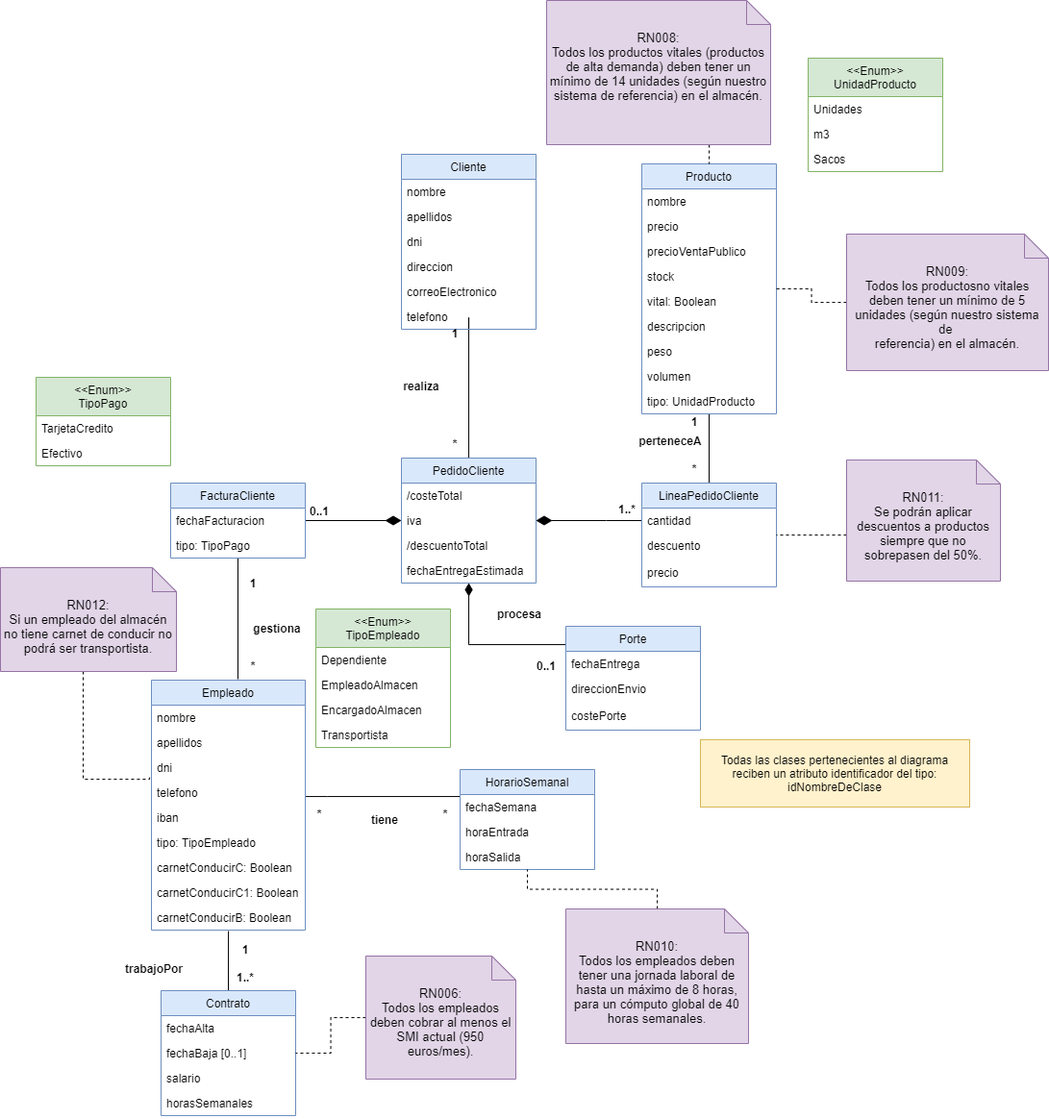
Earlier version of the draw.io export diagramas/diagramas del modelado conceptual/diagramaDePedidoDeCliente.png (felipescalera/Proyecto-IR). Source tidied: cells renumbered, new cells last; positions are measured from the earlier drawing's top-left corner, leaving out a move shared by most shapes.
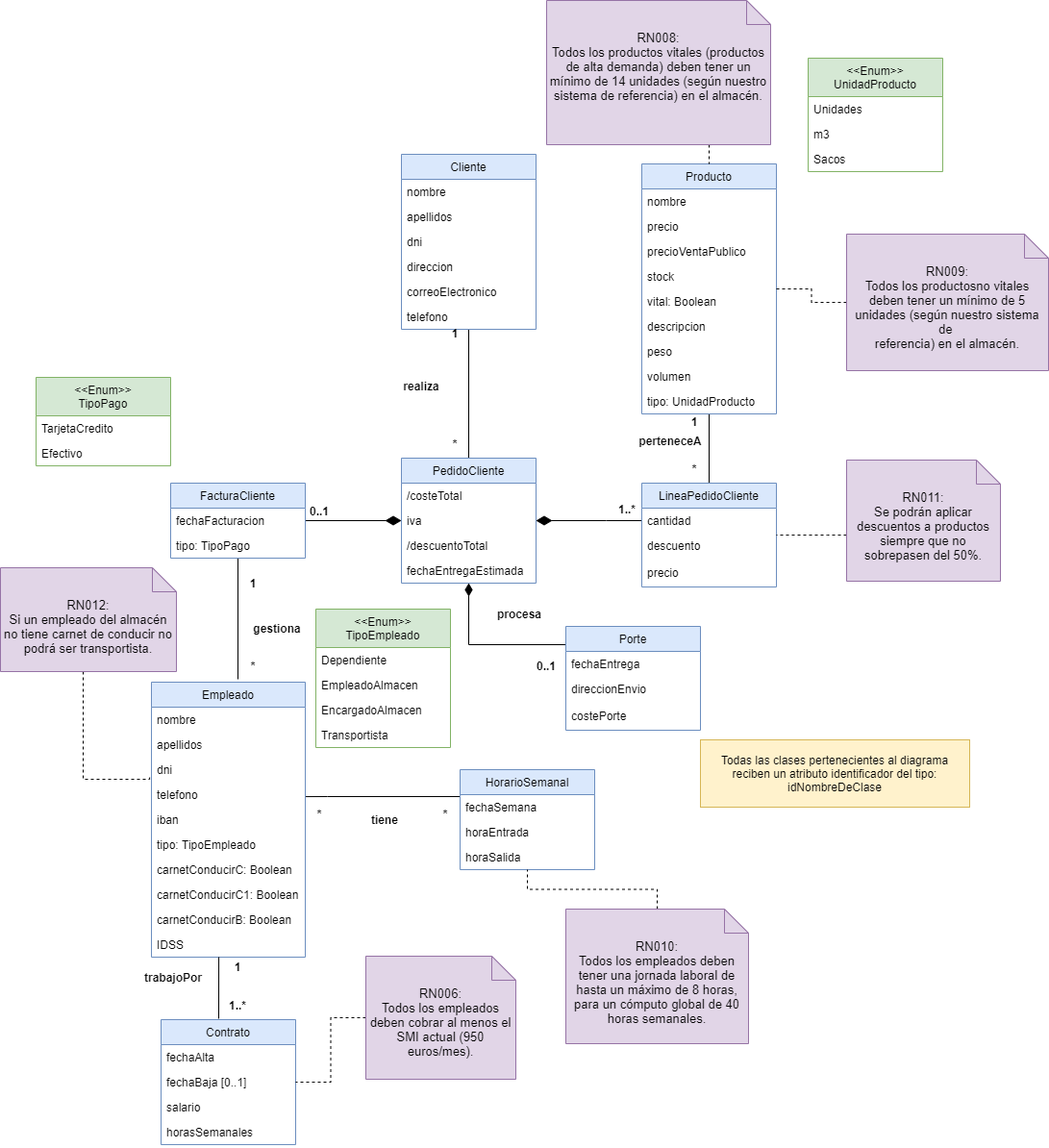
After the commit.

Commit message:
Arreglo de fallo en UML (no incluía IDSS)

Change to the diagram source:
```diff
@@ -154,16 +154,8 @@
     <mxCell id="46" value="*" style="text;align=center;fontStyle=1;verticalAlign=middle;spacingLeft=3;spacingRight=3;strokeColor=none;" parent="1" vertex="1">
       <mxGeometry x="248" y="676" width="30" height="31" as="geometry" />
     </mxCell>
-    <mxCell id="47" style="edgeStyle=orthogonalEdgeStyle;rounded=0;jettySize=auto;html=1;exitX=0.5;exitY=0;exitDx=0;exitDy=0;endArrow=none;endFill=0;" parent="1" edge="1" source="48">
-      <mxGeometry relative="1" as="geometry">
-        <mxPoint x="237" y="968" as="targetPoint" />
-        <Array as="points">
-          <mxPoint x="237" y="968" />
-        </Array>
-      </mxGeometry>
-    </mxCell>
     <mxCell id="48" value="Contrato" style="swimlane;fontStyle=0;horizontal=1;startSize=26;fillColor=#dae8fc;strokeColor=#6c8ebf;" parent="1" vertex="1">
-      <mxGeometry x="167" y="1030" width="140" height="130" as="geometry" />
+      <mxGeometry x="167" y="1060" width="140" height="130" as="geometry" />
     </mxCell>
     <mxCell id="49" value="fechaAlta" style="text;strokeColor=none;fillColor=none;align=left;verticalAlign=top;spacingLeft=4;spacingRight=4;overflow=hidden;" parent="48" vertex="1">
       <mxGeometry y="26" width="140" height="26" as="geometry" />
@@ -178,10 +170,10 @@
       <mxGeometry y="104" width="140" height="26" as="geometry" />
     </mxCell>
     <mxCell id="53" value="1" style="text;align=center;fontStyle=1;verticalAlign=middle;spacingLeft=3;spacingRight=3;strokeColor=none;" parent="1" vertex="1">
-      <mxGeometry x="240" y="971.5" width="30" height="31" as="geometry" />
+      <mxGeometry x="232" y="989" width="30" height="31" as="geometry" />
     </mxCell>
     <mxCell id="54" value="1..*" style="text;align=center;fontStyle=1;verticalAlign=middle;spacingLeft=3;spacingRight=3;strokeColor=none;" parent="1" vertex="1">
-      <mxGeometry x="240" y="1000" width="30" height="31" as="geometry" />
+      <mxGeometry x="232" y="1029" width="30" height="31" as="geometry" />
     </mxCell>
     <mxCell id="55" value="Porte" style="swimlane;fontStyle=0;horizontal=1;startSize=26;fillColor=#dae8fc;strokeColor=#6c8ebf;" parent="1" vertex="1">
       <mxGeometry x="588" y="651" width="140" height="108" as="geometry" />
@@ -241,7 +233,7 @@
       <mxGeometry x="360" y="839" width="80" height="26" as="geometry" />
     </mxCell>
     <mxCell id="72" value="trabajoPor" style="text;align=center;fontStyle=1;verticalAlign=middle;spacingLeft=3;spacingRight=3;strokeColor=none;" parent="1" vertex="1">
-      <mxGeometry x="120" y="994" width="80" height="26" as="geometry" />
+      <mxGeometry x="140" y="1003" width="80" height="26" as="geometry" />
     </mxCell>
     <mxCell id="73" style="edgeStyle=orthogonalEdgeStyle;rounded=0;jettySize=auto;html=1;dashed=1;endArrow=none;endFill=0;" parent="1" edge="1" source="74" target="48">
       <mxGeometry relative="1" as="geometry" />
@@ -283,8 +275,9 @@
     <mxCell id="82" value="&lt;div&gt;&lt;font style=&quot;font-size: 13px&quot;&gt;RN011:&lt;br&gt;&lt;/font&gt;&lt;/div&gt;&lt;div align=&quot;center&quot;&gt;&lt;font style=&quot;font-size: 13px&quot;&gt;Se podrán aplicar descuentos a productos siempre que no sobrepasen del 50%.&lt;/font&gt;&lt;/div&gt;" style="shape=note2;boundedLbl=1;whiteSpace=wrap;html=1;size=25;verticalAlign=top;align=center;fillColor=#e1d5e7;strokeColor=#9673a6;" parent="1" vertex="1">
       <mxGeometry x="880" y="478" width="160" height="126" as="geometry" />
     </mxCell>
-    <mxCell id="83" style="edgeStyle=orthogonalEdgeStyle;rounded=0;jettySize=auto;html=1;dashed=1;endArrow=none;endFill=0;entryX=-0.012;entryY=-0.121;entryDx=0;entryDy=0;entryPerimeter=0;" parent="1" edge="1" source="84" target="100">
+    <mxCell id="83" style="edgeStyle=orthogonalEdgeStyle;rounded=0;jettySize=auto;html=1;dashed=1;endArrow=none;endFill=0;entryX=-0.012;entryY=-0.121;entryDx=0;entryDy=0;entryPerimeter=0;" parent="1" edge="1" source="84">
       <mxGeometry relative="1" as="geometry">
+        <mxPoint x="155.1" y="807.9" as="targetPoint" />
         <Array as="points">
           <mxPoint x="86" y="810" />
           <mxPoint x="155" y="810" />
@@ -328,7 +321,7 @@
       <mxGeometry y="92" width="140" height="26" as="geometry" />
     </mxCell>
     <mxCell id="96" value="Empleado" style="swimlane;fontStyle=0;horizontal=1;startSize=26;fillColor=#dae8fc;strokeColor=#6c8ebf;" parent="1" vertex="1">
-      <mxGeometry x="157" y="707" width="160" height="260" as="geometry" />
+      <mxGeometry x="157" y="709" width="160" height="286" as="geometry" />
     </mxCell>
     <mxCell id="97" value="nombre" style="text;strokeColor=none;fillColor=none;align=left;verticalAlign=top;spacingLeft=4;spacingRight=4;overflow=hidden;" parent="96" vertex="1">
       <mxGeometry y="26" width="160" height="26" as="geometry" />
@@ -357,5 +350,13 @@
     <mxCell id="105" value="carnetConducirB: Boolean" style="text;strokeColor=none;fillColor=none;align=left;verticalAlign=top;spacingLeft=4;spacingRight=4;overflow=hidden;" parent="96" vertex="1">
       <mxGeometry y="234" width="160" height="26" as="geometry" />
     </mxCell>
+    <mxCell id="106" value="IDSS" style="text;strokeColor=none;fillColor=none;align=left;verticalAlign=top;spacingLeft=4;spacingRight=4;overflow=hidden;points=[[0,0.5],[1,0.5]];portConstraint=eastwest;" parent="96" vertex="1">
+      <mxGeometry y="260" width="160" height="26" as="geometry" />
+    </mxCell>
+    <mxCell id="107" style="endArrow=none;html=1;entryX=0.438;entryY=1;entryDx=0;entryDy=0;entryPerimeter=0;" parent="1" edge="1" target="106">
+      <mxGeometry relative="1" as="geometry">
+        <mxPoint x="227" y="1059" as="sourcePoint" />
+      </mxGeometry>
+    </mxCell>
   </root>
 </mxGraphModel>
```
